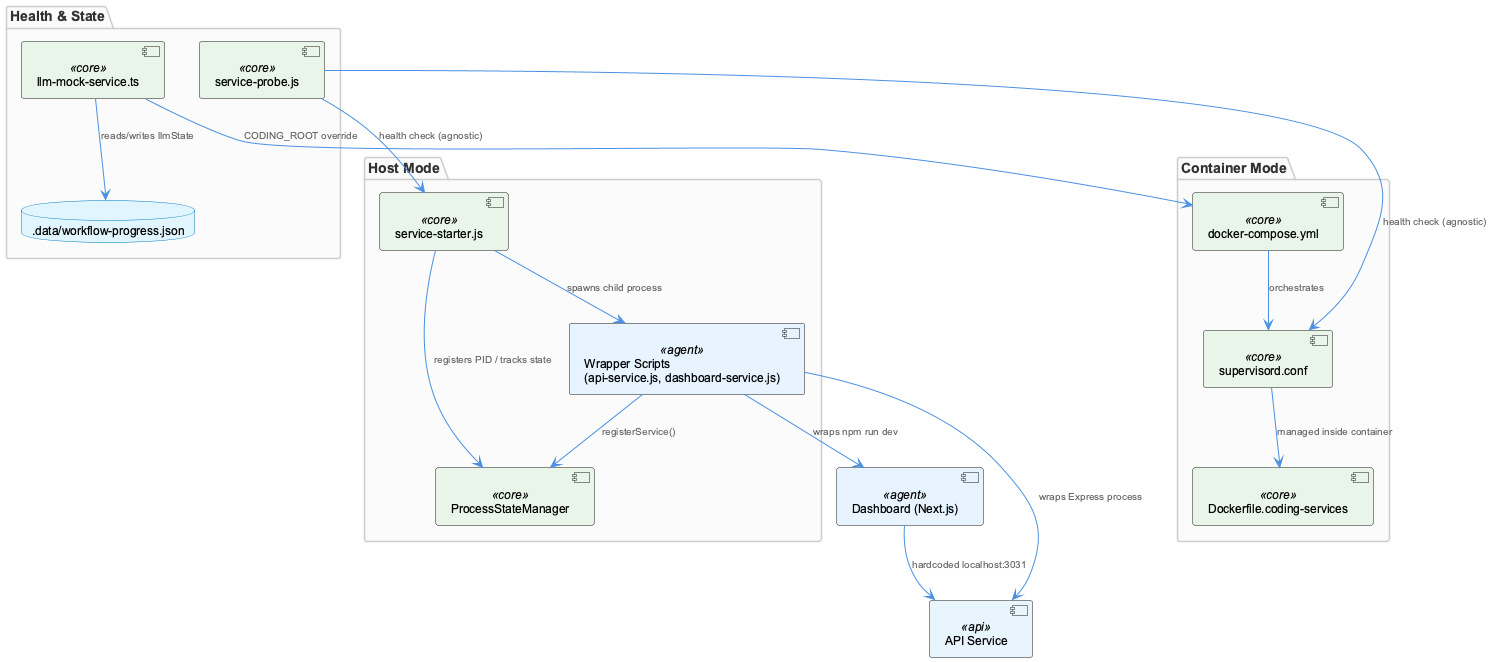
Above: knowledge-management/insights/images/dockerized-services-architecture.png in fwornle/coding (PlantUML), before the change.
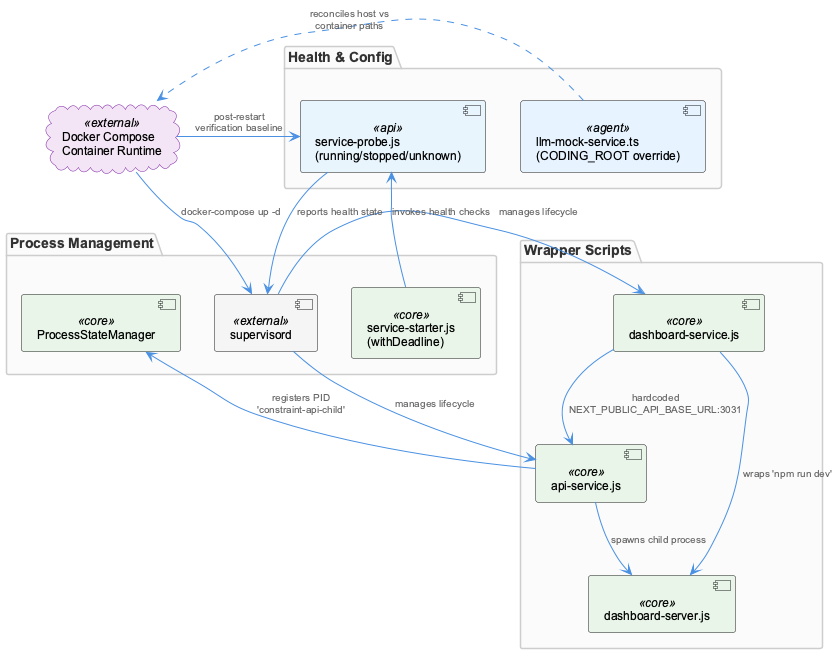
Above is the later version.

Diff of the diagram source:
```diff
@@ -1,43 +1,39 @@
 @startuml
 !include /Users/Q284340/Agentic/coding/docs/puml/_standard-style.puml
 
-package "Container Mode" {
-  component "docker-compose.yml" as compose <<core>>
-  component "supervisord.conf" as supervisor <<core>>
-  component "Dockerfile.coding-services" as dockerfile <<core>>
+package "Wrapper Scripts" {
+  component "api-service.js" as apiWrapper <<core>>
+  component "dashboard-service.js" as dashWrapper <<core>>
+  component "dashboard-server.js" as dashServer <<core>>
 }
 
-package "Host Mode" {
-  component "service-starter.js" as starter <<core>>
+package "Process Management" {
   component "ProcessStateManager" as psm <<core>>
-  component "Wrapper Scripts\n(api-service.js, dashboard-service.js)" as wrappers <<agent>>
+  component "service-starter.js\n(withDeadline)" as starter <<core>>
+  component "supervisord" as supervisor <<external>>
 }
 
-package "Health & State" {
-  component "service-probe.js" as probe <<core>>
-  component "llm-mock-service.ts" as llmmock <<core>>
-  database ".data/workflow-progress.json" as progressjson
+package "Health & Config" {
+  component "service-probe.js\n(running/stopped/unknown)" as probe <<api>>
+  component "llm-mock-service.ts\n(CODING_ROOT override)" as mockService <<agent>>
 }
 
-component "Dashboard (Next.js)" as dashboard <<agent>>
-component "API Service" as api <<api>>
+cloud "Docker Compose\nContainer Runtime" as docker <<external>>
 
-supervisor --> dockerfile : "managed inside container"
-compose --> supervisor : "orchestrates"
+apiWrapper --> dashServer : "spawns child process"
+apiWrapper --> psm : "registers PID\n'constraint-api-child'"
+dashWrapper --> dashServer : "wraps 'npm run dev'"
+dashWrapper --> apiWrapper : "hardcoded\nNEXT_PUBLIC_API_BASE_URL:3031"
 
-starter --> psm : "registers PID / tracks state"
-wrappers --> psm : "registerService()"
-starter --> wrappers : "spawns child process"
+supervisor --> apiWrapper : "manages lifecycle"
+supervisor --> dashWrapper : "manages lifecycle"
+docker --> supervisor : "docker-compose up -d"
 
-probe --> starter : "health check (agnostic)"
-probe --> supervisor : "health check (agnostic)"
+starter --> probe : "invokes health checks"
+probe --> supervisor : "reports health state"
 
-llmmock --> progressjson : "reads/writes llmState"
-llmmock --> compose : "CODING_ROOT override"
+mockService ..> docker : "reconciles host vs\ncontainer paths"
 
-wrappers --> dashboard : "wraps npm run dev"
-wrappers --> api : "wraps Express process"
-
-dashboard --> api : "hardcoded localhost:3031"
+docker --> probe : "post-restart\nverification baseline"
 
 @enduml
```
